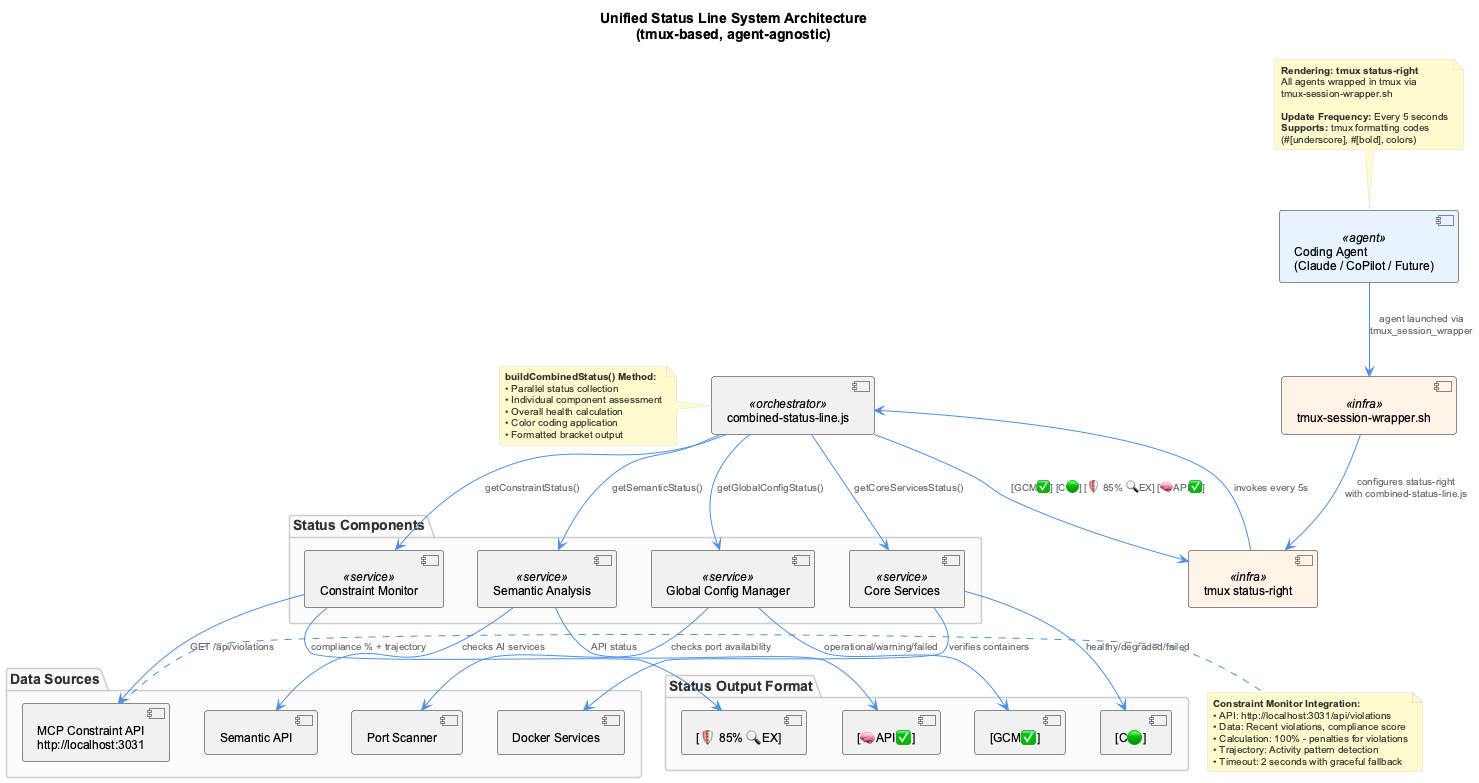
The PlantUML diagram docs-content/images/statusline-architecture.png in fwornle/coding, before a commit. The source it was exported from:
```plantuml
@startuml
!include _standard-style.puml

title Unified Status Line System Architecture\n(tmux-based, agent-agnostic)

top to bottom direction

component [Coding Agent\n(Claude / CoPilot / Future)] as CC <<agent>>
component [tmux-session-wrapper.sh] as TmuxWrapper <<infra>>

component [tmux status-right] as TmuxStatus <<infra>>
component [combined-status-line.js] as MainScript <<orchestrator>>

package "Status Components" {
  component [Global Config Manager] as GCM <<service>>
  component [Core Services] as CoreSvc <<service>>
  component [Constraint Monitor] as ConstraintSvc <<service>>
  component [Semantic Analysis] as SemanticSvc <<service>>
}

package "Data Sources" {
  database [Port Scanner] as Ports
  database [Docker Services] as Docker
  database [MCP Constraint API\nhttp://localhost:3031] as ConstraintAPI
  database [Semantic API] as SemanticAPI
}

package "Status Output Format" {
  component "[GCM✅]" as GCM_Out
  component "[C🟢]" as Core_Out
  component "[🛡️ 85% 🔍EX]" as Constraint_Out
  component "[🧠API✅]" as Semantic_Out
}

CC --> TmuxWrapper : agent launched via\ntmux_session_wrapper
TmuxWrapper --> TmuxStatus : configures status-right\nwith combined-status-line.js
TmuxStatus --> MainScript : invokes every 5s

MainScript --> GCM : getGlobalConfigStatus()
MainScript --> CoreSvc : getCoreServicesStatus()
MainScript --> ConstraintSvc : getConstraintStatus()
MainScript --> SemanticSvc : getSemanticStatus()

GCM --> Ports : checks port availability
CoreSvc --> Docker : verifies containers
ConstraintSvc --> ConstraintAPI : GET /api/violations
SemanticSvc --> SemanticAPI : checks AI services

GCM --> GCM_Out : operational/warning/failed
CoreSvc --> Core_Out : healthy/degraded/failed
ConstraintSvc --> Constraint_Out : compliance % + trajectory
SemanticSvc --> Semantic_Out : API status

MainScript --> TmuxStatus : [GCM✅] [C🟢] [🛡️ 85% 🔍EX] [🧠API✅]

note top of CC
  **Rendering: tmux status-right**
  All agents wrapped in tmux via
  tmux-session-wrapper.sh

  **Update Frequency:** Every 5 seconds
  **Supports:** tmux formatting codes
  (#[underscore], #[bold], colors)
end note

note right of ConstraintAPI
  **Constraint Monitor Integration:**
  • API: http://localhost:3031/api/violations
  • Data: Recent violations, compliance score
  • Calculation: 100% - penalties for violations
  • Trajectory: Activity pattern detection
  • Timeout: 2 seconds with graceful fallback
end note

note left of MainScript
  **buildCombinedStatus() Method:**
  • Parallel status collection
  • Individual component assessment
  • Overall health calculation
  • Color coding application
  • Formatted bracket output
end note

@enduml
```
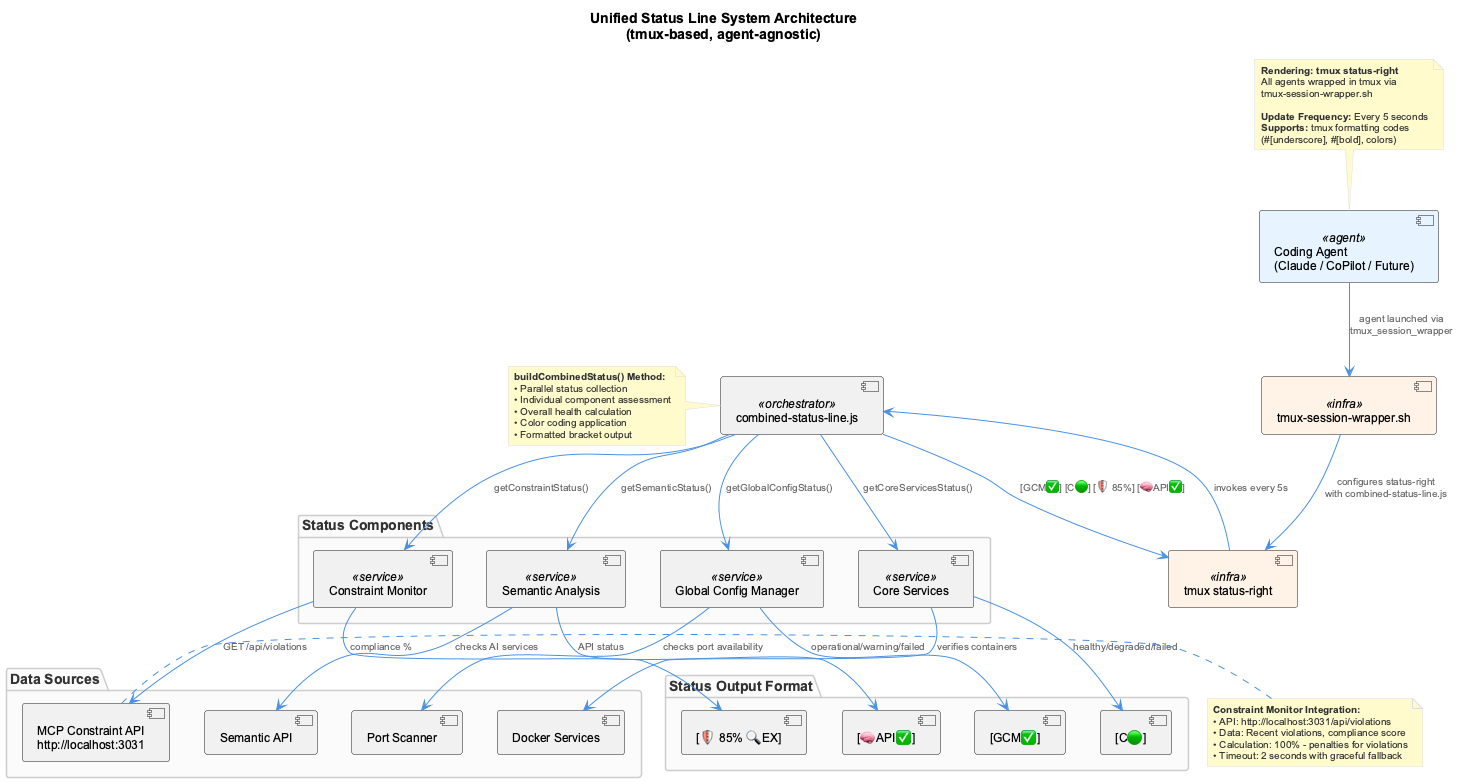
After the commit.

The edit, as a diff of the source:
```diff
@@ -48,10 +48,10 @@
 
 GCM --> GCM_Out : operational/warning/failed
 CoreSvc --> Core_Out : healthy/degraded/failed
-ConstraintSvc --> Constraint_Out : compliance % + trajectory
+ConstraintSvc --> Constraint_Out : compliance %
 SemanticSvc --> Semantic_Out : API status
 
-MainScript --> TmuxStatus : [GCM✅] [C🟢] [🛡️ 85% 🔍EX] [🧠API✅]
+MainScript --> TmuxStatus : [GCM✅] [C🟢] [🛡️ 85%] [🧠API✅]
 
 note top of CC
   **Rendering: tmux status-right**
@@ -68,7 +68,6 @@
   • API: http://localhost:3031/api/violations
   • Data: Recent violations, compliance score
   • Calculation: 100% - penalties for violations
-  • Trajectory: Activity pattern detection
   • Timeout: 2 seconds with graceful fallback
 end note
 
```
